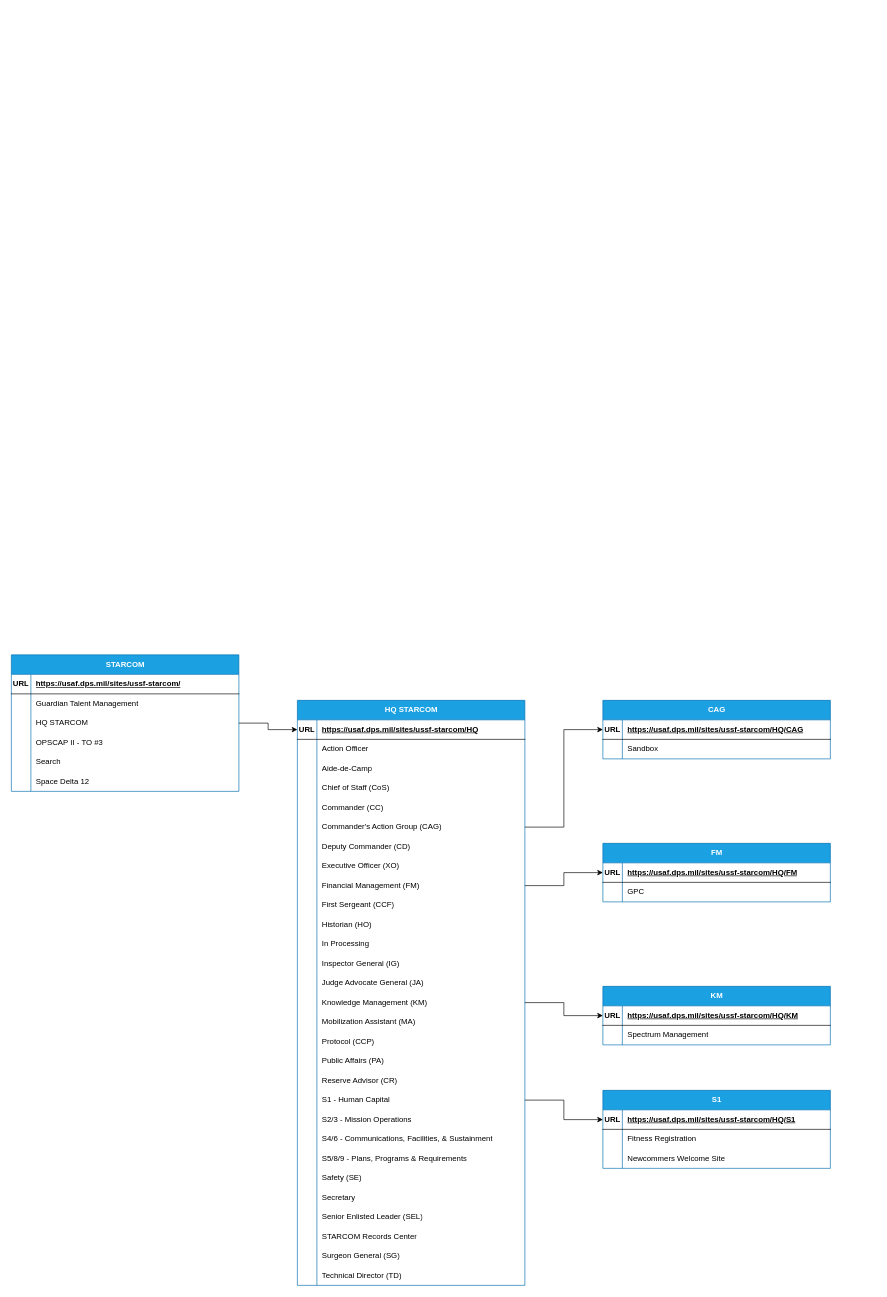
Above: Untitled Diagram.drawio in TeaganGilbert/demo-repo (draw.io), before the change. Source tidied: cells renumbered, new cells numbered last; positions are measured from the earlier drawing's top-left corner, leaving out a move shared by most shapes. Both pictures are drawn from the tidied source at 65%, with x=0, y=0 at pixel (11, 655).
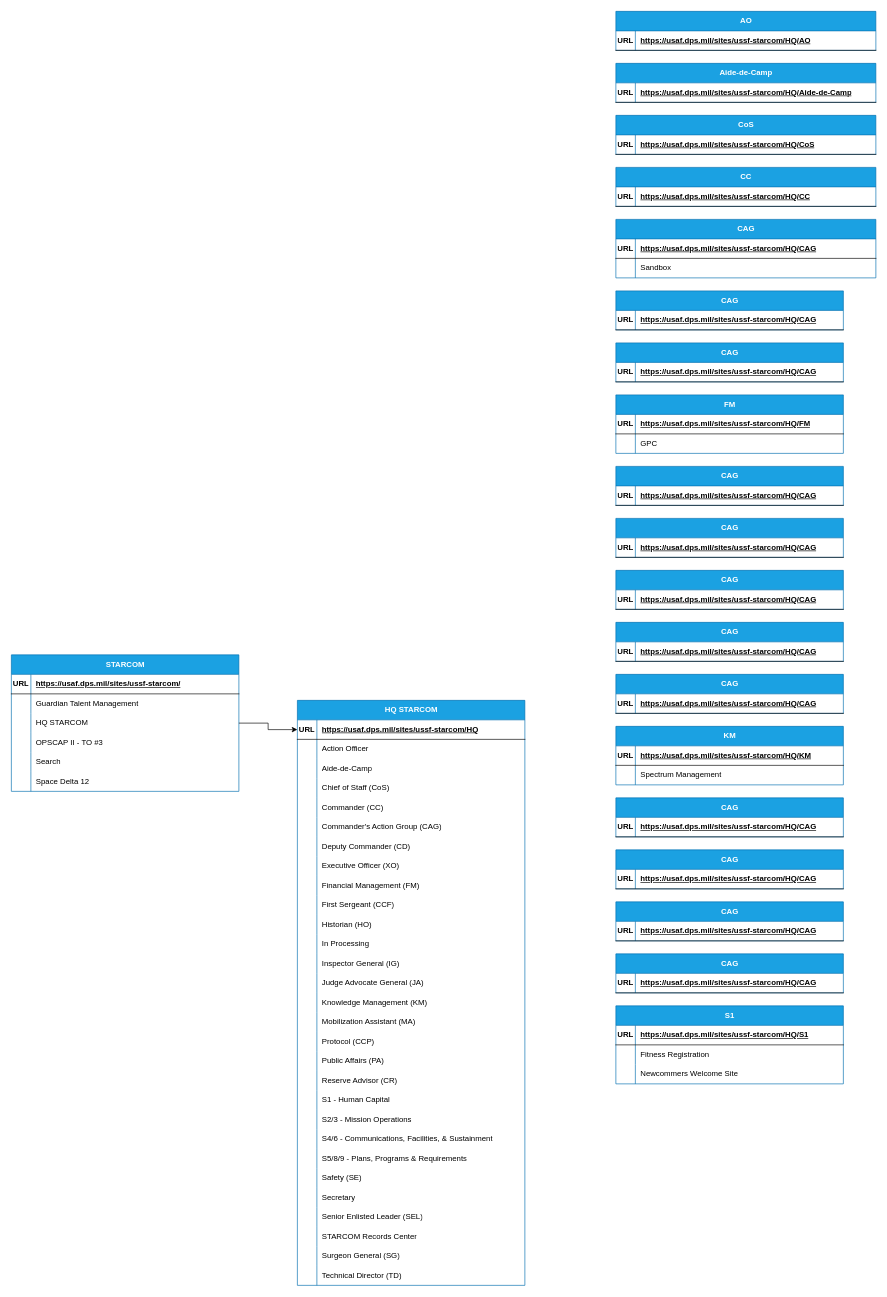
After the change.

Unchanged cells that the change refers to:
```xml
<mxCell id="37" style="shape=tableRow;horizontal=0;startSize=0;swimlaneHead=0;swimlaneBody=0;fillColor=none;points=[[0,0.5],[1,0.5]];portConstraint=eastwest;top=0;left=0;right=0;bottom=0;" parent="21" vertex="1">
  <mxGeometry y="180" width="350" height="30" as="geometry" />
</mxCell>
<mxCell id="46" style="shape=tableRow;horizontal=0;startSize=0;swimlaneHead=0;swimlaneBody=0;fillColor=none;points=[[0,0.5],[1,0.5]];portConstraint=eastwest;top=0;left=0;right=0;bottom=0;" parent="21" vertex="1">
  <mxGeometry y="270" width="350" height="30" as="geometry" />
</mxCell>
<mxCell id="64" style="shape=tableRow;horizontal=0;startSize=0;swimlaneHead=0;swimlaneBody=0;fillColor=none;points=[[0,0.5],[1,0.5]];portConstraint=eastwest;top=0;left=0;right=0;bottom=0;" parent="21" vertex="1">
  <mxGeometry y="450" width="350" height="30" as="geometry" />
</mxCell>
<mxCell id="79" style="shape=tableRow;horizontal=0;startSize=0;swimlaneHead=0;swimlaneBody=0;fillColor=none;points=[[0,0.5],[1,0.5]];portConstraint=eastwest;top=0;left=0;right=0;bottom=0;" parent="21" vertex="1">
  <mxGeometry y="600" width="350" height="30" as="geometry" />
</mxCell>
<mxCell id="119" style="shape=tableRow;horizontal=0;startSize=0;swimlaneHead=0;swimlaneBody=0;fillColor=none;points=[[0,0.5],[1,0.5]];portConstraint=eastwest;top=0;left=0;right=0;bottom=1;" parent="118" vertex="1">
  <mxGeometry y="30" width="350" height="30" as="geometry" />
</mxCell>
<mxCell id="127" style="shape=tableRow;horizontal=0;startSize=0;swimlaneHead=0;swimlaneBody=0;fillColor=none;points=[[0,0.5],[1,0.5]];portConstraint=eastwest;top=0;left=0;right=0;bottom=1;" parent="126" vertex="1">
  <mxGeometry y="30" width="350" height="30" as="geometry" />
</mxCell>
<mxCell id="135" style="shape=tableRow;horizontal=0;startSize=0;swimlaneHead=0;swimlaneBody=0;fillColor=none;points=[[0,0.5],[1,0.5]];portConstraint=eastwest;top=0;left=0;right=0;bottom=1;" parent="134" vertex="1">
  <mxGeometry y="30" width="350" height="30" as="geometry" />
</mxCell>
```

Change to the diagram source:
```diff
@@
     <mxCell id="110" value="CAG" style="shape=table;startSize=30;childLayout=tableLayout;rowLines=0;fontStyle=1;align=center;html=1;fillColor=#1ba1e2;fontColor=#ffffff;strokeColor=#006EAF;" parent="1" vertex="1">
-      <mxGeometry x="910" y="70" width="350" height="90" as="geometry" />
+      <mxGeometry x="930" y="-670" width="400" height="90" as="geometry" />
     </mxCell>
     <mxCell id="111" style="shape=tableRow;horizontal=0;startSize=0;swimlaneHead=0;swimlaneBody=0;fillColor=none;points=[[0,0.5],[1,0.5]];portConstraint=eastwest;top=0;left=0;right=0;bottom=1;" parent="110" vertex="1">
-      <mxGeometry y="30" width="350" height="30" as="geometry" />
+      <mxGeometry y="30" width="400" height="30" as="geometry" />
     </mxCell>
@@
     <mxCell id="113" value="https://usaf.dps.mil/sites/ussf-starcom/HQ/CAG" style="shape=partialRectangle;fillColor=none;top=0;left=0;bottom=0;right=0;align=left;spacingLeft=6;fontStyle=5;overflow=hidden;whiteSpace=wrap;html=1;" parent="111" vertex="1">
-      <mxGeometry x="30" width="320" height="30" as="geometry" />
+      <mxGeometry x="30" width="370" height="30" as="geometry" />
     </mxCell>
     <mxCell id="114" style="shape=tableRow;horizontal=0;startSize=0;swimlaneHead=0;swimlaneBody=0;fillColor=none;top=0;left=0;right=0;bottom=0;" parent="110" vertex="1">
-      <mxGeometry y="60" width="350" height="30" as="geometry" />
+      <mxGeometry y="60" width="400" height="30" as="geometry" />
     </mxCell>
@@
     <mxCell id="116" value="Sandbox" style="shape=partialRectangle;fillColor=none;top=0;left=0;bottom=0;right=0;align=left;spacingLeft=6;overflow=hidden;whiteSpace=wrap;html=1;" parent="114" vertex="1">
-      <mxGeometry x="30" width="320" height="30" as="geometry" />
+      <mxGeometry x="30" width="370" height="30" as="geometry" />
     </mxCell>
-    <mxCell id="117" style="endArrow=classic;html=1;rounded=0;exitX=1;exitY=0.5;exitDx=0;exitDy=0;entryX=0;entryY=0.5;entryDx=0;entryDy=0;edgeStyle=orthogonalEdgeStyle;" parent="1" edge="1" source="37" target="111">
-      <mxGeometry relative="1" as="geometry" />
-    </mxCell>
     <mxCell id="118" value="FM" style="shape=table;startSize=30;childLayout=tableLayout;rowLines=0;fontStyle=1;align=center;html=1;fillColor=#1ba1e2;fontColor=#ffffff;strokeColor=#006EAF;" parent="1" vertex="1">
-      <mxGeometry x="910" y="290" width="350" height="90" as="geometry" />
+      <mxGeometry x="930" y="-400" width="350" height="90" as="geometry" />
     </mxCell>
@@
-    <mxCell id="125" style="endArrow=classic;html=1;rounded=0;exitX=1;exitY=0.5;exitDx=0;exitDy=0;entryX=0;entryY=0.5;entryDx=0;entryDy=0;edgeStyle=orthogonalEdgeStyle;" parent="1" edge="1" source="46" target="119">
-      <mxGeometry relative="1" as="geometry" />
-    </mxCell>
     <mxCell id="126" value="KM" style="shape=table;startSize=30;childLayout=tableLayout;rowLines=0;fontStyle=1;align=center;html=1;fillColor=#1ba1e2;fontColor=#ffffff;strokeColor=#006EAF;" parent="1" vertex="1">
-      <mxGeometry x="910" y="510" width="350" height="90" as="geometry" />
+      <mxGeometry x="930" y="110" width="350" height="90" as="geometry" />
     </mxCell>
@@
-    <mxCell id="133" style="endArrow=classic;html=1;rounded=0;exitX=1;exitY=0.5;exitDx=0;exitDy=0;entryX=0;entryY=0.5;entryDx=0;entryDy=0;edgeStyle=orthogonalEdgeStyle;" parent="1" edge="1" source="64" target="127">
-      <mxGeometry relative="1" as="geometry" />
-    </mxCell>
     <mxCell id="134" value="S1" style="shape=table;startSize=30;childLayout=tableLayout;rowLines=0;fontStyle=1;align=center;html=1;fillColor=#1ba1e2;fontColor=#ffffff;strokeColor=#006EAF;" parent="1" vertex="1">
-      <mxGeometry x="910" y="670" width="350" height="120" as="geometry" />
+      <mxGeometry x="930" y="540" width="350" height="120" as="geometry" />
     </mxCell>
@@
-    <mxCell id="144" style="endArrow=classic;html=1;rounded=0;exitX=1;exitY=0.5;exitDx=0;exitDy=0;entryX=0;entryY=0.5;entryDx=0;entryDy=0;edgeStyle=orthogonalEdgeStyle;" parent="1" edge="1" source="79" target="135">
-      <mxGeometry relative="1" as="geometry" />
-    </mxCell>
+    <mxCell id="145" value="AO" style="shape=table;startSize=30;childLayout=tableLayout;rowLines=0;fontStyle=1;align=center;html=1;fillColor=#1ba1e2;fontColor=#ffffff;strokeColor=#006EAF;" parent="1" vertex="1">
+      <mxGeometry x="930" y="-990" width="400" height="60" as="geometry" />
+    </mxCell>
+    <mxCell id="146" style="shape=tableRow;horizontal=0;startSize=0;swimlaneHead=0;swimlaneBody=0;fillColor=none;top=0;left=0;right=0;bottom=1;" parent="145" vertex="1">
+      <mxGeometry y="30" width="400" height="30" as="geometry" />
+    </mxCell>
+    <mxCell id="147" value="URL" style="shape=partialRectangle;fillColor=none;top=0;left=0;bottom=0;right=0;fontStyle=1;overflow=hidden;whiteSpace=wrap;html=1;" parent="146" vertex="1">
+      <mxGeometry width="30" height="30" as="geometry" />
+    </mxCell>
+    <mxCell id="148" value="https://usaf.dps.mil/sites/ussf-starcom/HQ/AO" style="shape=partialRectangle;fillColor=none;top=0;left=0;bottom=0;right=0;align=left;spacingLeft=6;fontStyle=5;overflow=hidden;whiteSpace=wrap;html=1;" parent="146" vertex="1">
+      <mxGeometry x="30" width="370" height="30" as="geometry" />
+    </mxCell>
+    <mxCell id="149" value="Aide-de-Camp" style="shape=table;startSize=30;childLayout=tableLayout;rowLines=0;fontStyle=1;align=center;html=1;fillColor=#1ba1e2;fontColor=#ffffff;strokeColor=#006EAF;" parent="1" vertex="1">
+      <mxGeometry x="930" y="-910" width="400" height="60" as="geometry" />
+    </mxCell>
+    <mxCell id="150" style="shape=tableRow;horizontal=0;startSize=0;swimlaneHead=0;swimlaneBody=0;fillColor=none;top=0;left=0;right=0;bottom=1;" parent="149" vertex="1">
+      <mxGeometry y="30" width="400" height="30" as="geometry" />
+    </mxCell>
+    <mxCell id="151" value="URL" style="shape=partialRectangle;fillColor=none;top=0;left=0;bottom=0;right=0;fontStyle=1;overflow=hidden;whiteSpace=wrap;html=1;" parent="150" vertex="1">
+      <mxGeometry width="30" height="30" as="geometry" />
+    </mxCell>
+    <mxCell id="152" value="https://usaf.dps.mil/sites/ussf-starcom/HQ/Aide-de-Camp" style="shape=partialRectangle;fillColor=none;top=0;left=0;bottom=0;right=0;align=left;spacingLeft=6;fontStyle=5;overflow=hidden;whiteSpace=wrap;html=1;" parent="150" vertex="1">
+      <mxGeometry x="30" width="370" height="30" as="geometry" />
+    </mxCell>
+    <mxCell id="153" value="CoS" style="shape=table;startSize=30;childLayout=tableLayout;rowLines=0;fontStyle=1;align=center;html=1;fillColor=#1ba1e2;fontColor=#ffffff;strokeColor=#006EAF;" parent="1" vertex="1">
+      <mxGeometry x="930" y="-830" width="400" height="60" as="geometry" />
+    </mxCell>
+    <mxCell id="154" style="shape=tableRow;horizontal=0;startSize=0;swimlaneHead=0;swimlaneBody=0;fillColor=none;top=0;left=0;right=0;bottom=1;" parent="153" vertex="1">
+      <mxGeometry y="30" width="400" height="30" as="geometry" />
+    </mxCell>
+    <mxCell id="155" value="URL" style="shape=partialRectangle;fillColor=none;top=0;left=0;bottom=0;right=0;fontStyle=1;overflow=hidden;whiteSpace=wrap;html=1;" parent="154" vertex="1">
+      <mxGeometry width="30" height="30" as="geometry" />
+    </mxCell>
+    <mxCell id="156" value="https://usaf.dps.mil/sites/ussf-starcom/HQ/CoS" style="shape=partialRectangle;fillColor=none;top=0;left=0;bottom=0;right=0;align=left;spacingLeft=6;fontStyle=5;overflow=hidden;whiteSpace=wrap;html=1;" parent="154" vertex="1">
+      <mxGeometry x="30" width="370" height="30" as="geometry" />
+    </mxCell>
+    <mxCell id="157" value="CC" style="shape=table;startSize=30;childLayout=tableLayout;rowLines=0;fontStyle=1;align=center;html=1;fillColor=#1ba1e2;fontColor=#ffffff;strokeColor=#006EAF;" parent="1" vertex="1">
+      <mxGeometry x="930" y="-750" width="400" height="60" as="geometry" />
+    </mxCell>
+    <mxCell id="158" style="shape=tableRow;horizontal=0;startSize=0;swimlaneHead=0;swimlaneBody=0;fillColor=none;top=0;left=0;right=0;bottom=1;" parent="157" vertex="1">
+      <mxGeometry y="30" width="400" height="30" as="geometry" />
+    </mxCell>
+    <mxCell id="159" value="URL" style="shape=partialRectangle;fillColor=none;top=0;left=0;bottom=0;right=0;fontStyle=1;overflow=hidden;whiteSpace=wrap;html=1;" parent="158" vertex="1">
+      <mxGeometry width="30" height="30" as="geometry" />
+    </mxCell>
+    <mxCell id="160" value="https://usaf.dps.mil/sites/ussf-starcom/HQ/CC" style="shape=partialRectangle;fillColor=none;top=0;left=0;bottom=0;right=0;align=left;spacingLeft=6;fontStyle=5;overflow=hidden;whiteSpace=wrap;html=1;" parent="158" vertex="1">
+      <mxGeometry x="30" width="370" height="30" as="geometry" />
+    </mxCell>
+    <mxCell id="161" value="CAG" style="shape=table;startSize=30;childLayout=tableLayout;rowLines=0;fontStyle=1;align=center;html=1;fillColor=#1ba1e2;fontColor=#ffffff;strokeColor=#006EAF;" parent="1" vertex="1">
+      <mxGeometry x="930" y="-560" width="350" height="60" as="geometry" />
+    </mxCell>
+    <mxCell id="162" style="shape=tableRow;horizontal=0;startSize=0;swimlaneHead=0;swimlaneBody=0;fillColor=none;top=0;left=0;right=0;bottom=1;" parent="161" vertex="1">
+      <mxGeometry y="30" width="350" height="30" as="geometry" />
+    </mxCell>
+    <mxCell id="163" value="URL" style="shape=partialRectangle;fillColor=none;top=0;left=0;bottom=0;right=0;fontStyle=1;overflow=hidden;whiteSpace=wrap;html=1;" parent="162" vertex="1">
+      <mxGeometry width="30" height="30" as="geometry" />
+    </mxCell>
+    <mxCell id="164" value="https://usaf.dps.mil/sites/ussf-starcom/HQ/CAG" style="shape=partialRectangle;fillColor=none;top=0;left=0;bottom=0;right=0;align=left;spacingLeft=6;fontStyle=5;overflow=hidden;whiteSpace=wrap;html=1;" parent="162" vertex="1">
+      <mxGeometry x="30" width="320" height="30" as="geometry" />
+    </mxCell>
+    <mxCell id="165" value="CAG" style="shape=table;startSize=30;childLayout=tableLayout;rowLines=0;fontStyle=1;align=center;html=1;fillColor=#1ba1e2;fontColor=#ffffff;strokeColor=#006EAF;" parent="1" vertex="1">
+      <mxGeometry x="930" y="-480" width="350" height="60" as="geometry" />
+    </mxCell>
+    <mxCell id="166" style="shape=tableRow;horizontal=0;startSize=0;swimlaneHead=0;swimlaneBody=0;fillColor=none;top=0;left=0;right=0;bottom=1;" parent="165" vertex="1">
+      <mxGeometry y="30" width="350" height="30" as="geometry" />
+    </mxCell>
+    <mxCell id="167" value="URL" style="shape=partialRectangle;fillColor=none;top=0;left=0;bottom=0;right=0;fontStyle=1;overflow=hidden;whiteSpace=wrap;html=1;" parent="166" vertex="1">
+      <mxGeometry width="30" height="30" as="geometry" />
+    </mxCell>
+    <mxCell id="168" value="https://usaf.dps.mil/sites/ussf-starcom/HQ/CAG" style="shape=partialRectangle;fillColor=none;top=0;left=0;bottom=0;right=0;align=left;spacingLeft=6;fontStyle=5;overflow=hidden;whiteSpace=wrap;html=1;" parent="166" vertex="1">
+      <mxGeometry x="30" width="320" height="30" as="geometry" />
+    </mxCell>
+    <mxCell id="169" value="CAG" style="shape=table;startSize=30;childLayout=tableLayout;rowLines=0;fontStyle=1;align=center;html=1;fillColor=#1ba1e2;fontColor=#ffffff;strokeColor=#006EAF;" parent="1" vertex="1">
+      <mxGeometry x="930" y="-290" width="350" height="60" as="geometry" />
+    </mxCell>
+    <mxCell id="170" style="shape=tableRow;horizontal=0;startSize=0;swimlaneHead=0;swimlaneBody=0;fillColor=none;top=0;left=0;right=0;bottom=1;" parent="169" vertex="1">
+      <mxGeometry y="30" width="350" height="30" as="geometry" />
+    </mxCell>
+    <mxCell id="171" value="URL" style="shape=partialRectangle;fillColor=none;top=0;left=0;bottom=0;right=0;fontStyle=1;overflow=hidden;whiteSpace=wrap;html=1;" parent="170" vertex="1">
+      <mxGeometry width="30" height="30" as="geometry" />
+    </mxCell>
+    <mxCell id="172" value="https://usaf.dps.mil/sites/ussf-starcom/HQ/CAG" style="shape=partialRectangle;fillColor=none;top=0;left=0;bottom=0;right=0;align=left;spacingLeft=6;fontStyle=5;overflow=hidden;whiteSpace=wrap;html=1;" parent="170" vertex="1">
+      <mxGeometry x="30" width="320" height="30" as="geometry" />
+    </mxCell>
+    <mxCell id="173" value="CAG" style="shape=table;startSize=30;childLayout=tableLayout;rowLines=0;fontStyle=1;align=center;html=1;fillColor=#1ba1e2;fontColor=#ffffff;strokeColor=#006EAF;" parent="1" vertex="1">
+      <mxGeometry x="930" y="-210" width="350" height="60" as="geometry" />
+    </mxCell>
+    <mxCell id="174" style="shape=tableRow;horizontal=0;startSize=0;swimlaneHead=0;swimlaneBody=0;fillColor=none;top=0;left=0;right=0;bottom=1;" parent="173" vertex="1">
+      <mxGeometry y="30" width="350" height="30" as="geometry" />
+    </mxCell>
+    <mxCell id="175" value="URL" style="shape=partialRectangle;fillColor=none;top=0;left=0;bottom=0;right=0;fontStyle=1;overflow=hidden;whiteSpace=wrap;html=1;" parent="174" vertex="1">
+      <mxGeometry width="30" height="30" as="geometry" />
+    </mxCell>
+    <mxCell id="176" value="https://usaf.dps.mil/sites/ussf-starcom/HQ/CAG" style="shape=partialRectangle;fillColor=none;top=0;left=0;bottom=0;right=0;align=left;spacingLeft=6;fontStyle=5;overflow=hidden;whiteSpace=wrap;html=1;" parent="174" vertex="1">
+      <mxGeometry x="30" width="320" height="30" as="geometry" />
+    </mxCell>
+    <mxCell id="177" value="CAG" style="shape=table;startSize=30;childLayout=tableLayout;rowLines=0;fontStyle=1;align=center;html=1;fillColor=#1ba1e2;fontColor=#ffffff;strokeColor=#006EAF;" parent="1" vertex="1">
+      <mxGeometry x="930" y="-130" width="350" height="60" as="geometry" />
+    </mxCell>
+    <mxCell id="178" style="shape=tableRow;horizontal=0;startSize=0;swimlaneHead=0;swimlaneBody=0;fillColor=none;top=0;left=0;right=0;bottom=1;" parent="177" vertex="1">
+      <mxGeometry y="30" width="350" height="30" as="geometry" />
+    </mxCell>
+    <mxCell id="179" value="URL" style="shape=partialRectangle;fillColor=none;top=0;left=0;bottom=0;right=0;fontStyle=1;overflow=hidden;whiteSpace=wrap;html=1;" parent="178" vertex="1">
+      <mxGeometry width="30" height="30" as="geometry" />
+    </mxCell>
+    <mxCell id="180" value="https://usaf.dps.mil/sites/ussf-starcom/HQ/CAG" style="shape=partialRectangle;fillColor=none;top=0;left=0;bottom=0;right=0;align=left;spacingLeft=6;fontStyle=5;overflow=hidden;whiteSpace=wrap;html=1;" parent="178" vertex="1">
+      <mxGeometry x="30" width="320" height="30" as="geometry" />
+    </mxCell>
+    <mxCell id="181" value="CAG" style="shape=table;startSize=30;childLayout=tableLayout;rowLines=0;fontStyle=1;align=center;html=1;fillColor=#1ba1e2;fontColor=#ffffff;strokeColor=#006EAF;" parent="1" vertex="1">
+      <mxGeometry x="930" y="-50" width="350" height="60" as="geometry" />
+    </mxCell>
+    <mxCell id="182" style="shape=tableRow;horizontal=0;startSize=0;swimlaneHead=0;swimlaneBody=0;fillColor=none;top=0;left=0;right=0;bottom=1;" parent="181" vertex="1">
+      <mxGeometry y="30" width="350" height="30" as="geometry" />
+    </mxCell>
+    <mxCell id="183" value="URL" style="shape=partialRectangle;fillColor=none;top=0;left=0;bottom=0;right=0;fontStyle=1;overflow=hidden;whiteSpace=wrap;html=1;" parent="182" vertex="1">
+      <mxGeometry width="30" height="30" as="geometry" />
+    </mxCell>
+    <mxCell id="184" value="https://usaf.dps.mil/sites/ussf-starcom/HQ/CAG" style="shape=partialRectangle;fillColor=none;top=0;left=0;bottom=0;right=0;align=left;spacingLeft=6;fontStyle=5;overflow=hidden;whiteSpace=wrap;html=1;" parent="182" vertex="1">
+      <mxGeometry x="30" width="320" height="30" as="geometry" />
+    </mxCell>
+    <mxCell id="185" value="CAG" style="shape=table;startSize=30;childLayout=tableLayout;rowLines=0;fontStyle=1;align=center;html=1;fillColor=#1ba1e2;fontColor=#ffffff;strokeColor=#006EAF;" parent="1" vertex="1">
+      <mxGeometry x="930" y="30" width="350" height="60" as="geometry" />
+    </mxCell>
+    <mxCell id="186" style="shape=tableRow;horizontal=0;startSize=0;swimlaneHead=0;swimlaneBody=0;fillColor=none;top=0;left=0;right=0;bottom=1;" parent="185" vertex="1">
+      <mxGeometry y="30" width="350" height="30" as="geometry" />
+    </mxCell>
+    <mxCell id="187" value="URL" style="shape=partialRectangle;fillColor=none;top=0;left=0;bottom=0;right=0;fontStyle=1;overflow=hidden;whiteSpace=wrap;html=1;" parent="186" vertex="1">
+      <mxGeometry width="30" height="30" as="geometry" />
+    </mxCell>
+    <mxCell id="188" value="https://usaf.dps.mil/sites/ussf-starcom/HQ/CAG" style="shape=partialRectangle;fillColor=none;top=0;left=0;bottom=0;right=0;align=left;spacingLeft=6;fontStyle=5;overflow=hidden;whiteSpace=wrap;html=1;" parent="186" vertex="1">
+      <mxGeometry x="30" width="320" height="30" as="geometry" />
+    </mxCell>
+    <mxCell id="189" value="CAG" style="shape=table;startSize=30;childLayout=tableLayout;rowLines=0;fontStyle=1;align=center;html=1;fillColor=#1ba1e2;fontColor=#ffffff;strokeColor=#006EAF;" parent="1" vertex="1">
+      <mxGeometry x="930" y="460" width="350" height="60" as="geometry" />
+    </mxCell>
+    <mxCell id="190" style="shape=tableRow;horizontal=0;startSize=0;swimlaneHead=0;swimlaneBody=0;fillColor=none;top=0;left=0;right=0;bottom=1;" parent="189" vertex="1">
+      <mxGeometry y="30" width="350" height="30" as="geometry" />
+    </mxCell>
+    <mxCell id="191" value="URL" style="shape=partialRectangle;fillColor=none;top=0;left=0;bottom=0;right=0;fontStyle=1;overflow=hidden;whiteSpace=wrap;html=1;" parent="190" vertex="1">
+      <mxGeometry width="30" height="30" as="geometry" />
+    </mxCell>
+    <mxCell id="192" value="https://usaf.dps.mil/sites/ussf-starcom/HQ/CAG" style="shape=partialRectangle;fillColor=none;top=0;left=0;bottom=0;right=0;align=left;spacingLeft=6;fontStyle=5;overflow=hidden;whiteSpace=wrap;html=1;" parent="190" vertex="1">
+      <mxGeometry x="30" width="320" height="30" as="geometry" />
+    </mxCell>
+    <mxCell id="193" value="CAG" style="shape=table;startSize=30;childLayout=tableLayout;rowLines=0;fontStyle=1;align=center;html=1;fillColor=#1ba1e2;fontColor=#ffffff;strokeColor=#006EAF;" parent="1" vertex="1">
+      <mxGeometry x="930" y="380" width="350" height="60" as="geometry" />
+    </mxCell>
+    <mxCell id="194" style="shape=tableRow;horizontal=0;startSize=0;swimlaneHead=0;swimlaneBody=0;fillColor=none;top=0;left=0;right=0;bottom=1;" parent="193" vertex="1">
+      <mxGeometry y="30" width="350" height="30" as="geometry" />
+    </mxCell>
+    <mxCell id="195" value="URL" style="shape=partialRectangle;fillColor=none;top=0;left=0;bottom=0;right=0;fontStyle=1;overflow=hidden;whiteSpace=wrap;html=1;" parent="194" vertex="1">
+      <mxGeometry width="30" height="30" as="geometry" />
+    </mxCell>
+    <mxCell id="196" value="https://usaf.dps.mil/sites/ussf-starcom/HQ/CAG" style="shape=partialRectangle;fillColor=none;top=0;left=0;bottom=0;right=0;align=left;spacingLeft=6;fontStyle=5;overflow=hidden;whiteSpace=wrap;html=1;" parent="194" vertex="1">
+      <mxGeometry x="30" width="320" height="30" as="geometry" />
+    </mxCell>
+    <mxCell id="197" value="CAG" style="shape=table;startSize=30;childLayout=tableLayout;rowLines=0;fontStyle=1;align=center;html=1;fillColor=#1ba1e2;fontColor=#ffffff;strokeColor=#006EAF;" parent="1" vertex="1">
+      <mxGeometry x="930" y="300" width="350" height="60" as="geometry" />
+    </mxCell>
+    <mxCell id="198" style="shape=tableRow;horizontal=0;startSize=0;swimlaneHead=0;swimlaneBody=0;fillColor=none;top=0;left=0;right=0;bottom=1;" parent="197" vertex="1">
+      <mxGeometry y="30" width="350" height="30" as="geometry" />
+    </mxCell>
+    <mxCell id="199" value="URL" style="shape=partialRectangle;fillColor=none;top=0;left=0;bottom=0;right=0;fontStyle=1;overflow=hidden;whiteSpace=wrap;html=1;" parent="198" vertex="1">
+      <mxGeometry width="30" height="30" as="geometry" />
+    </mxCell>
+    <mxCell id="200" value="https://usaf.dps.mil/sites/ussf-starcom/HQ/CAG" style="shape=partialRectangle;fillColor=none;top=0;left=0;bottom=0;right=0;align=left;spacingLeft=6;fontStyle=5;overflow=hidden;whiteSpace=wrap;html=1;" parent="198" vertex="1">
+      <mxGeometry x="30" width="320" height="30" as="geometry" />
+    </mxCell>
+    <mxCell id="201" value="CAG" style="shape=table;startSize=30;childLayout=tableLayout;rowLines=0;fontStyle=1;align=center;html=1;fillColor=#1ba1e2;fontColor=#ffffff;strokeColor=#006EAF;" parent="1" vertex="1">
+      <mxGeometry x="930" y="220" width="350" height="60" as="geometry" />
+    </mxCell>
+    <mxCell id="202" style="shape=tableRow;horizontal=0;startSize=0;swimlaneHead=0;swimlaneBody=0;fillColor=none;top=0;left=0;right=0;bottom=1;" parent="201" vertex="1">
+      <mxGeometry y="30" width="350" height="30" as="geometry" />
+    </mxCell>
+    <mxCell id="203" value="URL" style="shape=partialRectangle;fillColor=none;top=0;left=0;bottom=0;right=0;fontStyle=1;overflow=hidden;whiteSpace=wrap;html=1;" parent="202" vertex="1">
+      <mxGeometry width="30" height="30" as="geometry" />
+    </mxCell>
+    <mxCell id="204" value="https://usaf.dps.mil/sites/ussf-starcom/HQ/CAG" style="shape=partialRectangle;fillColor=none;top=0;left=0;bottom=0;right=0;align=left;spacingLeft=6;fontStyle=5;overflow=hidden;whiteSpace=wrap;html=1;" parent="202" vertex="1">
+      <mxGeometry x="30" width="320" height="30" as="geometry" />
+    </mxCell>
```
